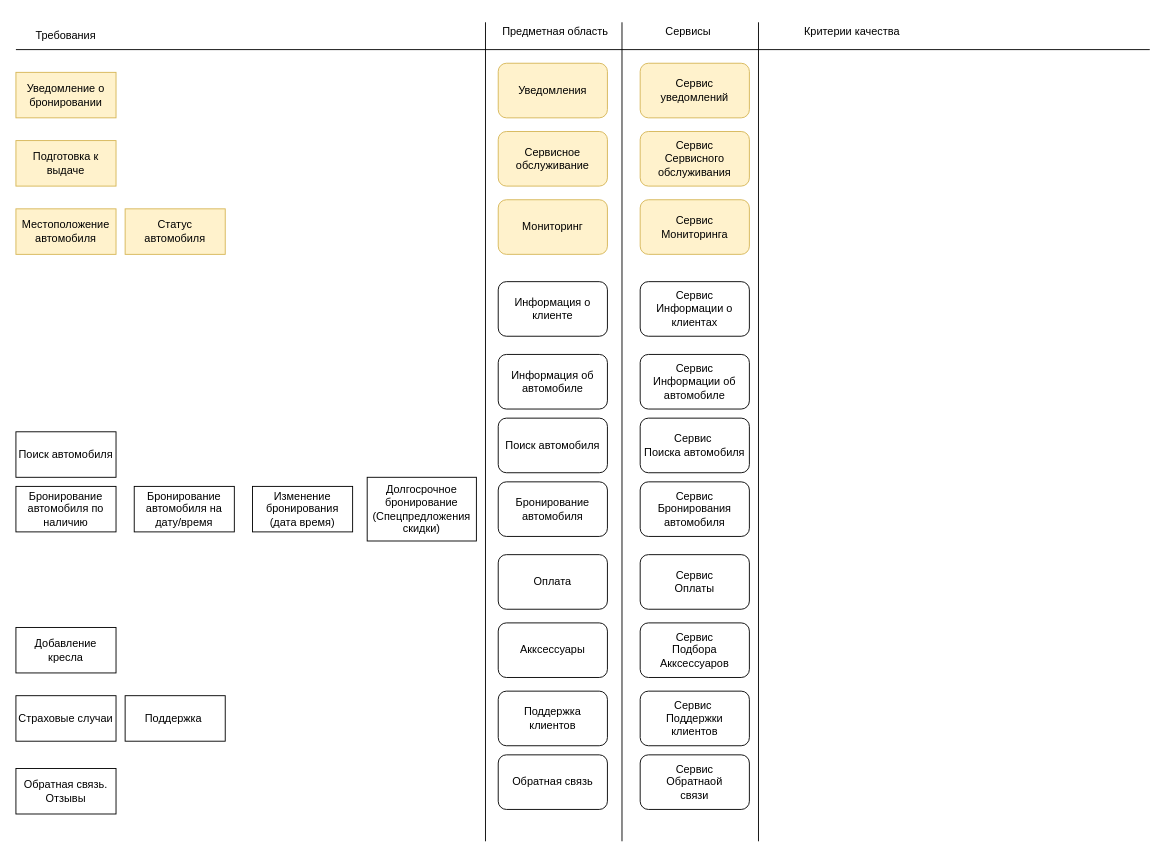
The draw.io diagram Диаграмма без названия.drawio in RomanLunev/microserviceArchitecture, before the edit. Source tidied: cells renumbered, new cells numbered last; positions are measured from the earlier drawing's top-left corner, leaving out a move shared by most shapes. Both pictures are drawn from the tidied source at 91%, with x=0, y=0 at pixel (15, 22).
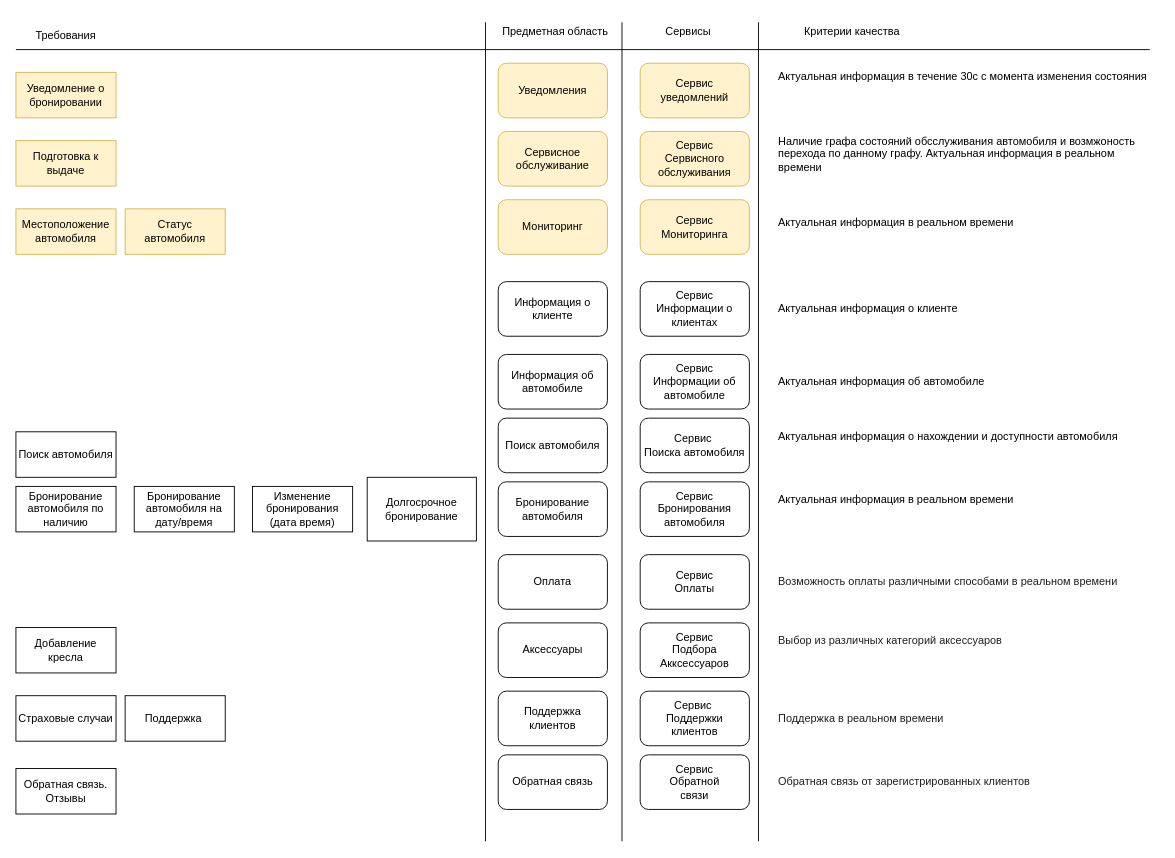
The same diagram, later.

The edit, as a diff of the source:
```diff
@@
-    <mxCell id="13" value="Долгосрочное бронирование&lt;div&gt;(Спецпредложения скидки)&lt;/div&gt;" style="html=1;whiteSpace=wrap;" parent="1" vertex="1">
+    <mxCell id="13" value="Долгосрочное бронирование" style="html=1;whiteSpace=wrap;" parent="1" vertex="1">
       <mxGeometry x="386" y="500" width="120" height="70" as="geometry" />
     </mxCell>
@@
-    <mxCell id="20" value="&lt;div&gt;&lt;span style=&quot;background-color: initial;&quot;&gt;Акксессуары&lt;/span&gt;&lt;/div&gt;" style="rounded=1;whiteSpace=wrap;html=1;" parent="1" vertex="1">
+    <mxCell id="20" value="&lt;div&gt;&lt;span style=&quot;background-color: initial;&quot;&gt;Аксессуары&lt;/span&gt;&lt;/div&gt;" style="rounded=1;whiteSpace=wrap;html=1;" parent="1" vertex="1">
       <mxGeometry x="530" y="660" width="120" height="60" as="geometry" />
     </mxCell>
@@
-    <mxCell id="43" value="&lt;div&gt;&lt;span style=&quot;background-color: initial;&quot;&gt;Сервис&lt;/span&gt;&lt;/div&gt;&lt;div&gt;Обратнаой&lt;/div&gt;&lt;div&gt;связи&lt;/div&gt;" style="rounded=1;whiteSpace=wrap;html=1;" parent="1" vertex="1">
+    <mxCell id="43" value="&lt;div&gt;&lt;span style=&quot;background-color: initial;&quot;&gt;Сервис&lt;/span&gt;&lt;/div&gt;&lt;div&gt;Обратной&lt;/div&gt;&lt;div&gt;&lt;span style=&quot;background-color: initial;&quot;&gt;связи&lt;/span&gt;&lt;/div&gt;" style="rounded=1;whiteSpace=wrap;html=1;" parent="1" vertex="1">
       <mxGeometry x="686" y="805" width="120" height="60" as="geometry" />
     </mxCell>
@@
+    <mxCell id="46" value="Актуальная информация в течение 30с с момента изменения состояния" style="text;html=1;align=left;verticalAlign=middle;whiteSpace=wrap;rounded=0;" parent="1" vertex="1">
+      <mxGeometry x="836" y="45" width="420" height="30" as="geometry" />
+    </mxCell>
+    <mxCell id="47" value="&lt;div&gt;&lt;div&gt;Наличие графа состояний обсслуживания автомобиля и возмжоность перехода по данному графу.&amp;nbsp;&lt;span style=&quot;background-color: initial;&quot;&gt;Актуальная информация в реальном времени&lt;/span&gt;&lt;/div&gt;&lt;/div&gt;" style="text;html=1;align=left;verticalAlign=middle;whiteSpace=wrap;rounded=0;" parent="1" vertex="1">
+      <mxGeometry x="836" y="130" width="420" height="30" as="geometry" />
+    </mxCell>
+    <mxCell id="48" value="Актуальная информация в реальном времени" style="text;html=1;align=left;verticalAlign=middle;whiteSpace=wrap;rounded=0;" parent="1" vertex="1">
+      <mxGeometry x="836" y="205" width="420" height="30" as="geometry" />
+    </mxCell>
+    <mxCell id="49" value="Актуальная информация о клиенте" style="text;html=1;align=left;verticalAlign=middle;whiteSpace=wrap;rounded=0;" parent="1" vertex="1">
+      <mxGeometry x="836" y="300" width="420" height="30" as="geometry" />
+    </mxCell>
+    <mxCell id="50" value="Актуальная информация об автомобиле" style="text;html=1;align=left;verticalAlign=middle;whiteSpace=wrap;rounded=0;" parent="1" vertex="1">
+      <mxGeometry x="836" y="380" width="420" height="30" as="geometry" />
+    </mxCell>
+    <mxCell id="51" value="Актуальная информация о нахождении и доступности автомобиля" style="text;html=1;align=left;verticalAlign=middle;whiteSpace=wrap;rounded=0;" parent="1" vertex="1">
+      <mxGeometry x="836" y="440" width="420" height="30" as="geometry" />
+    </mxCell>
+    <mxCell id="52" value="Актуальная информация в реальном времени" style="text;html=1;align=left;verticalAlign=middle;whiteSpace=wrap;rounded=0;" parent="1" vertex="1">
+      <mxGeometry x="836" y="510" width="420" height="30" as="geometry" />
+    </mxCell>
+    <mxCell id="53" value="&lt;span style=&quot;color: rgb(31, 31, 31); font-family: &amp;quot;Google Sans&amp;quot;, Arial, sans-serif; background-color: rgb(255, 255, 255);&quot;&gt;&lt;font&gt;Возможность оплаты различными способами в реальном времени&lt;/font&gt;&lt;/span&gt;" style="text;html=1;align=left;verticalAlign=middle;whiteSpace=wrap;rounded=0;" parent="1" vertex="1">
+      <mxGeometry x="836" y="600" width="420" height="30" as="geometry" />
+    </mxCell>
+    <mxCell id="54" value="&lt;span style=&quot;color: rgb(31, 31, 31); font-family: &amp;quot;Google Sans&amp;quot;, Arial, sans-serif; background-color: rgb(255, 255, 255);&quot;&gt;&lt;font&gt;Выбор из различных категорий аксессуаров&lt;/font&gt;&lt;/span&gt;" style="text;html=1;align=left;verticalAlign=middle;whiteSpace=wrap;rounded=0;" parent="1" vertex="1">
+      <mxGeometry x="836" y="665" width="420" height="30" as="geometry" />
+    </mxCell>
+    <mxCell id="55" value="&lt;font face=&quot;Google Sans, Arial, sans-serif&quot; color=&quot;#1f1f1f&quot;&gt;&lt;span style=&quot;background-color: rgb(255, 255, 255);&quot;&gt;Поддержка в реальн&lt;/span&gt;&lt;/font&gt;&lt;span style=&quot;background-color: rgb(255, 255, 255); color: rgb(31, 31, 31); font-family: &amp;quot;Google Sans&amp;quot;, Arial, sans-serif;&quot;&gt;ом времени&lt;/span&gt;" style="text;html=1;align=left;verticalAlign=middle;whiteSpace=wrap;rounded=0;" parent="1" vertex="1">
+      <mxGeometry x="836" y="750" width="420" height="30" as="geometry" />
+    </mxCell>
+    <mxCell id="56" value="&lt;font face=&quot;Google Sans, Arial, sans-serif&quot; color=&quot;#1f1f1f&quot;&gt;&lt;span style=&quot;background-color: rgb(255, 255, 255);&quot;&gt;Обратная связь от зарегистрированных клиентов&lt;/span&gt;&lt;/font&gt;" style="text;html=1;align=left;verticalAlign=middle;whiteSpace=wrap;rounded=0;" parent="1" vertex="1">
+      <mxGeometry x="836" y="820" width="420" height="30" as="geometry" />
+    </mxCell>
```
